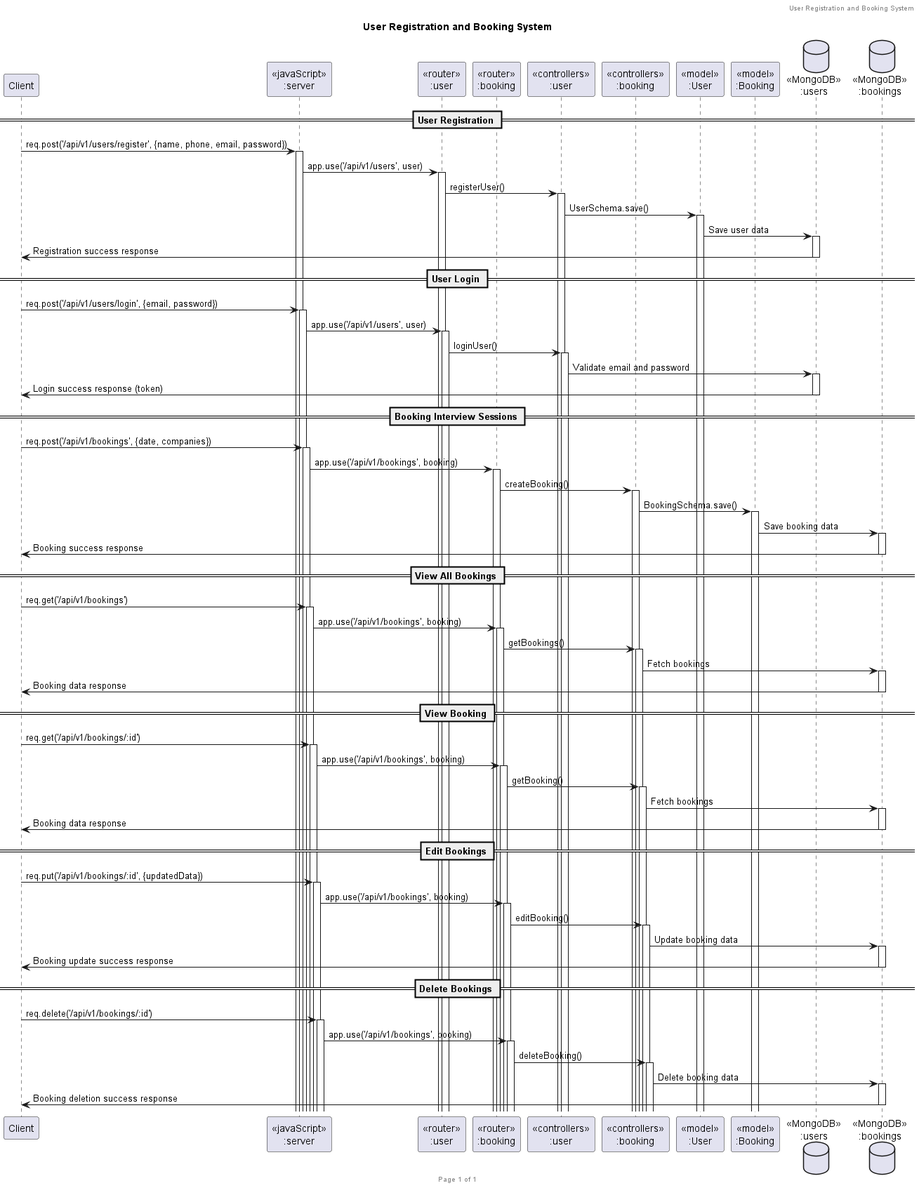
Above: out/uml/UserAction/User Registration and Booking System.png in norrawich-chula/job-fair-interview (PlantUML), before the change.
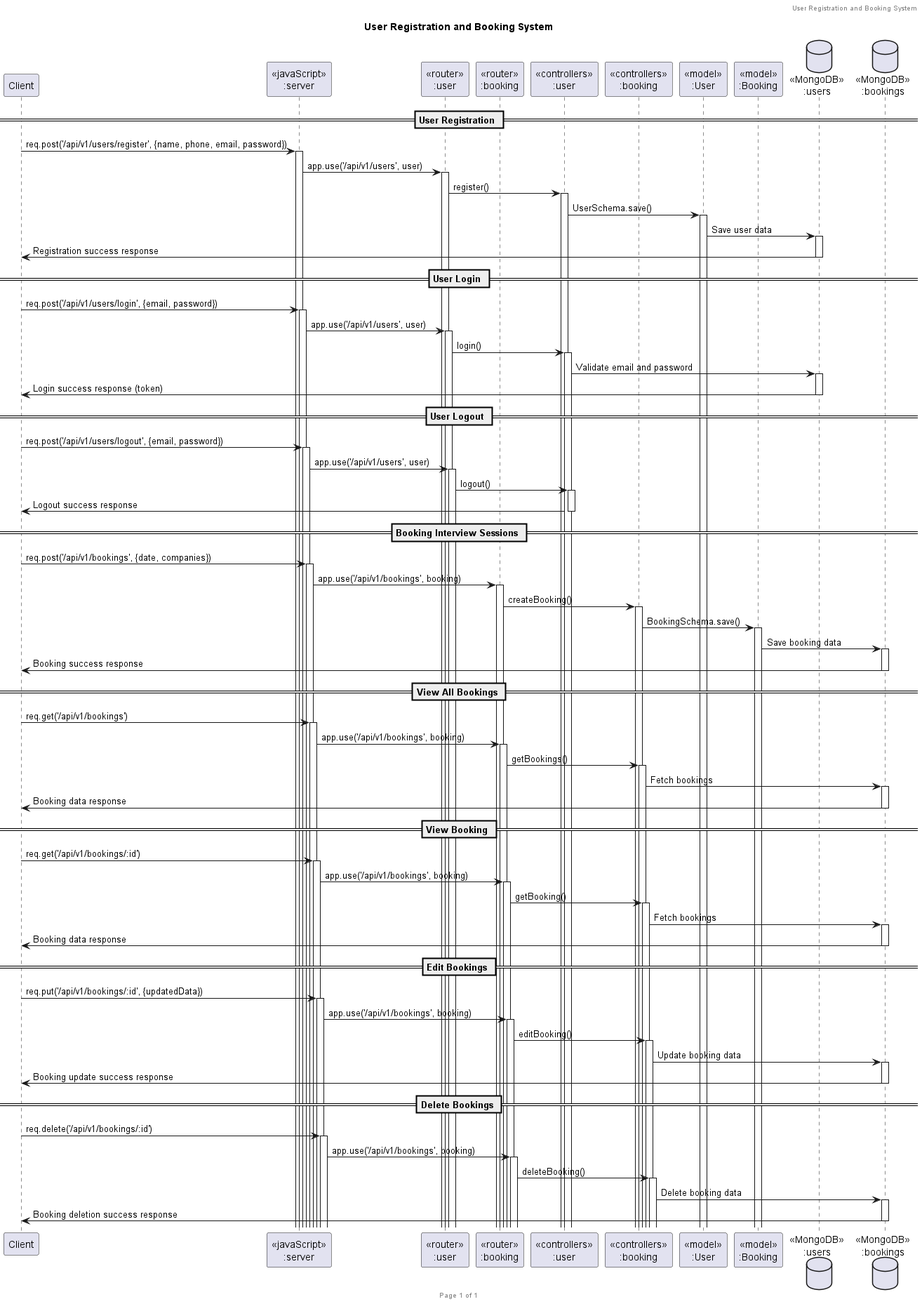
After the change.

Diff of the diagram source:
```diff
@@ -18,7 +18,7 @@
 == User Registration ==
 client -> server ++: req.post('/api/v1/users/register', {name, phone, email, password})
 server -> routerUser ++: app.use('/api/v1/users', user)
-routerUser -> controllersUser ++: registerUser()
+routerUser -> controllersUser ++: register()
 controllersUser -> modelUser ++: UserSchema.save()
 modelUser -> UsersDatabase ++: Save user data
 UsersDatabase -> client --: Registration success response
@@ -26,9 +26,15 @@
 == User Login ==
 client -> server ++: req.post('/api/v1/users/login', {email, password})
 server -> routerUser ++: app.use('/api/v1/users', user)
-routerUser -> controllersUser ++: loginUser()
+routerUser -> controllersUser ++: login()
 controllersUser -> UsersDatabase ++: Validate email and password
 UsersDatabase -> client --: Login success response (token)
+
+== User Logout ==
+client -> server ++: req.post('/api/v1/users/logout', {email, password})
+server -> routerUser ++: app.use('/api/v1/users', user)
+routerUser -> controllersUser ++: logout()
+controllersUser -> client --: Logout success response
 
 == Booking Interview Sessions ==
 client -> server ++: req.post('/api/v1/bookings', {date, companies})
```
